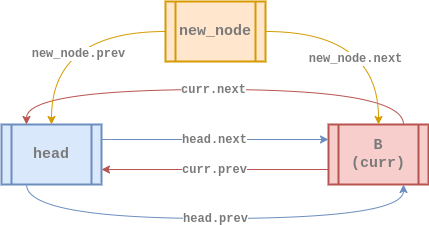
euisblue/vue-blog keeps this draw.io diagram as assets/data-structure/linked-list/cll-doubly-insert_at1.png. Above is the earlier version. Source tidied: cells renumbered, new cells last; positions are measured from the earlier drawing's top-left corner, leaving out a move shared by most shapes.
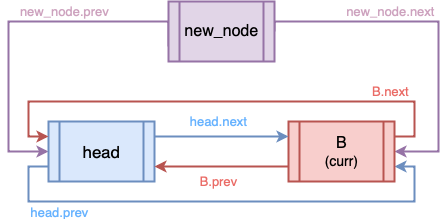
The same diagram one commit later.

Diff of the diagram source:
```diff
@@ -2,47 +2,68 @@
   <root>
     <mxCell id="0" />
     <mxCell id="1" parent="0" />
-    <mxCell id="2" value="&lt;b style=&quot;color: rgb(122 , 122 , 122) ; font-family: &amp;#34;courier new&amp;#34;&quot;&gt;&lt;font style=&quot;font-size: 12px&quot;&gt;curr.prev&lt;/font&gt;&lt;/b&gt;" style="rounded=0;jettySize=auto;html=1;exitX=0;exitY=0.75;exitDx=0;exitDy=0;entryX=1;entryY=0.75;entryDx=0;entryDy=0;strokeColor=#b85450;strokeWidth=1;fillColor=#f8cecc;" parent="1" edge="1" source="3" target="5">
-      <mxGeometry relative="1" as="geometry" />
+    <mxCell id="2" value="&lt;font color=&quot;#cda2be&quot; size=&quot;2&quot;&gt;&lt;span&gt;new_node.next&lt;/span&gt;&lt;/font&gt;" style="edgeStyle=orthogonalEdgeStyle;rounded=0;jettySize=auto;html=1;exitX=1;exitY=0.5;exitDx=0;exitDy=0;fillColor=#e1d5e7;strokeColor=#9673a6;strokeWidth=2;labelBackgroundColor=none;labelBorderColor=none;fontFamily=Helvetica;entryX=1;entryY=0.5;entryDx=0;entryDy=0;" parent="1" edge="1" source="4" target="9">
+      <mxGeometry x="-0.28" y="10" relative="1" as="geometry">
+        <Array as="points">
+          <mxPoint x="374" y="-267" />
+          <mxPoint x="374" y="-137" />
+        </Array>
+      </mxGeometry>
     </mxCell>
-    <mxCell id="3" value="&lt;b&gt;&lt;font style=&quot;font-size: 15px&quot; face=&quot;Courier New&quot; color=&quot;#7a7a7a&quot;&gt;B&lt;br&gt;(curr)&lt;br&gt;&lt;/font&gt;&lt;/b&gt;" style="shape=process;whiteSpace=wrap;html=1;backgroundOutline=1;fillColor=#f8cecc;strokeColor=#b85450;gradientDirection=east;strokeWidth=2;shadow=0;glass=0;sketch=0;" parent="1" vertex="1">
-      <mxGeometry x="327" y="123" width="100" height="60" as="geometry" />
+    <mxCell id="3" value="&lt;font color=&quot;#cda2be&quot; size=&quot;2&quot;&gt;&lt;span&gt;new_node.prev&lt;/span&gt;&lt;/font&gt;" style="edgeStyle=orthogonalEdgeStyle;rounded=0;jettySize=auto;html=1;exitX=0;exitY=0.75;exitDx=0;exitDy=0;labelBackgroundColor=none;strokeWidth=2;fontFamily=Helvetica;fontColor=#666666;align=center;fillColor=#e1d5e7;strokeColor=#9673a6;entryX=0;entryY=0.5;entryDx=0;entryDy=0;" parent="1" edge="1" source="4" target="7">
+      <mxGeometry x="-0.28" y="-10" relative="1" as="geometry">
+        <Array as="points">
+          <mxPoint x="104" y="-267" />
+          <mxPoint x="-56" y="-267" />
+          <mxPoint x="-56" y="-137" />
+        </Array>
+      </mxGeometry>
     </mxCell>
-    <mxCell id="4" value="&lt;b style=&quot;font-size: 11px ; font-style: normal ; letter-spacing: normal ; text-align: center ; text-indent: 0px ; text-transform: none ; word-spacing: 0px ; font-family: &amp;#34;courier new&amp;#34;&quot;&gt;&lt;font style=&quot;font-size: 12px&quot; color=&quot;#7a7a7a&quot;&gt;head.next&lt;/font&gt;&lt;/b&gt;" style="edgeStyle=orthogonalEdgeStyle;curved=1;rounded=0;sketch=0;jettySize=auto;html=1;exitX=1;exitY=0.25;exitDx=0;exitDy=0;entryX=0;entryY=0.25;entryDx=0;entryDy=0;strokeColor=#6c8ebf;strokeWidth=1;fillColor=#dae8fc;" parent="1" edge="1" source="5" target="3">
-      <mxGeometry x="-0.01" relative="1" as="geometry">
-        <Array as="points">
-          <mxPoint x="109" y="138" />
-          <mxPoint x="109" y="138" />
-        </Array>
-      </mxGeometry>
+    <mxCell id="4" value="&lt;font&gt;&lt;font size=&quot;3&quot;&gt;new_node&lt;/font&gt;&lt;br&gt;&lt;/font&gt;" style="shape=process;whiteSpace=wrap;html=1;backgroundOutline=1;strokeWidth=2;fillColor=#e1d5e7;strokeColor=#9673a6;fontStyle=0;fontFamily=Helvetica;fontSize=14;labelBackgroundColor=none;labelBorderColor=none;" parent="1" vertex="1">
+      <mxGeometry x="104" y="-287" width="106" height="60" as="geometry" />
     </mxCell>
-    <mxCell id="5" value="&lt;div&gt;&lt;font color=&quot;#7a7a7a&quot; face=&quot;courier new&quot; style=&quot;font-size: 15px&quot;&gt;head&lt;/font&gt;&lt;/div&gt;" style="shape=process;whiteSpace=wrap;html=1;backgroundOutline=1;fillColor=#dae8fc;strokeColor=#6c8ebf;gradientDirection=east;strokeWidth=2;shadow=0;glass=0;align=center;sketch=0;fontStyle=1;" parent="1" vertex="1">
-      <mxGeometry y="123" width="100" height="60" as="geometry" />
+    <mxCell id="5" value="&lt;span style=&quot;color: rgb(102, 178, 255); font-family: helvetica; font-size: 13px; font-style: normal; font-weight: normal; letter-spacing: normal; text-align: center; text-indent: 0px; text-transform: none; word-spacing: 0px; text-decoration: none; display: inline; float: none;&quot;&gt;B.next&lt;/span&gt;" style="edgeStyle=orthogonalEdgeStyle;rounded=0;jettySize=auto;html=1;exitX=0;exitY=0.75;exitDx=0;exitDy=0;entryX=1;entryY=0.75;entryDx=0;entryDy=0;fillColor=#dae8fc;strokeColor=#6c8ebf;strokeWidth=2;labelBackgroundColor=none;labelBorderColor=none;fontFamily=Helvetica;align=center;" parent="1" edge="1" source="7" target="9">
+      <mxGeometry x="0.49" y="34" relative="1" as="geometry">
+        <Array as="points">
+          <mxPoint x="-36" y="-122" />
+          <mxPoint x="-36" y="-87" />
+          <mxPoint x="350" y="-87" />
+          <mxPoint x="350" y="-122" />
+        </Array>
+        <mxPoint x="30" y="-19" as="offset" />
+      </mxGeometry>
     </mxCell>
-    <mxCell id="6" value="&lt;font face=&quot;Courier New&quot; color=&quot;#7a7a7a&quot; size=&quot;1&quot;&gt;&lt;b style=&quot;font-size: 12px&quot;&gt;curr.next&lt;/b&gt;&lt;/font&gt;" style="rounded=0;jettySize=auto;html=1;exitX=0.75;exitY=0;exitDx=0;exitDy=0;endArrow=classic;endFill=1;strokeColor=#b85450;strokeWidth=1;entryX=0.25;entryY=0;entryDx=0;entryDy=0;fillColor=#f8cecc;edgeStyle=orthogonalEdgeStyle;curved=1;" parent="1" edge="1" source="3" target="5">
-      <mxGeometry x="0.01" relative="1" as="geometry">
-        <Array as="points">
-          <mxPoint x="402" y="88" />
-          <mxPoint x="25" y="88" />
-        </Array>
+    <mxCell id="6" value="&lt;span style=&quot;color: rgb(102 , 178 , 255) ; font-size: 13px&quot;&gt;head.prev&lt;/span&gt;" style="edgeLabel;html=1;align=center;verticalAlign=middle;fontFamily=Helvetica;fontColor=#666666;labelBackgroundColor=none;" parent="5" vertex="1">
+      <mxGeometry x="-0.14" y="-1" relative="1" as="geometry">
+        <mxPoint x="-129" y="9" as="offset" />
       </mxGeometry>
     </mxCell>
-    <mxCell id="7" value="&lt;b style=&quot;font-size: 11px ; font-style: normal ; letter-spacing: normal ; text-align: center ; text-indent: 0px ; text-transform: none ; word-spacing: 0px ; font-family: &amp;#34;courier new&amp;#34;&quot;&gt;&lt;font style=&quot;font-size: 12px&quot; color=&quot;#7a7a7a&quot;&gt;head.prev&lt;/font&gt;&lt;/b&gt;" style="edgeStyle=orthogonalEdgeStyle;curved=1;rounded=0;sketch=0;jettySize=auto;html=1;exitX=0.25;exitY=1;exitDx=0;exitDy=0;entryX=0.75;entryY=1;entryDx=0;entryDy=0;strokeWidth=1;strokeColor=#6c8ebf;fillColor=#dae8fc;" parent="1" edge="1" source="5" target="3">
-      <mxGeometry relative="1" as="geometry">
-        <Array as="points">
-          <mxPoint x="25" y="217" />
-          <mxPoint x="402" y="217" />
-        </Array>
-      </mxGeometry>
+    <mxCell id="7" value="&lt;font&gt;&lt;span style=&quot;font-size: 17px&quot;&gt;head&lt;/span&gt;&lt;br&gt;&lt;/font&gt;" style="shape=process;whiteSpace=wrap;html=1;backgroundOutline=1;strokeWidth=2;fillColor=#dae8fc;strokeColor=#6c8ebf;fontStyle=0;fontFamily=Helvetica;fontSize=14;labelBackgroundColor=none;labelBorderColor=none;" parent="1" vertex="1">
+      <mxGeometry x="-16" y="-167" width="106" height="60" as="geometry" />
     </mxCell>
-    <mxCell id="8" value="&lt;font color=&quot;#7a7a7a&quot; face=&quot;courier new&quot;&gt;&lt;span style=&quot;font-size: 12px&quot;&gt;&lt;b&gt;new_node.prev&lt;/b&gt;&lt;/span&gt;&lt;/font&gt;" style="edgeStyle=orthogonalEdgeStyle;curved=1;rounded=0;sketch=0;jettySize=auto;html=1;exitX=0;exitY=0.5;exitDx=0;exitDy=0;entryX=0.5;entryY=0;entryDx=0;entryDy=0;strokeColor=#d79b00;strokeWidth=1;fillColor=#ffe6cc;" parent="1" edge="1" source="10" target="5">
-      <mxGeometry x="-0.16" y="22" relative="1" as="geometry" />
+    <mxCell id="8" value="&lt;span style=&quot;color: rgb(234 , 107 , 102)&quot;&gt;&lt;font style=&quot;font-size: 13px&quot;&gt;B.prev&lt;/font&gt;&lt;/span&gt;" style="edgeStyle=orthogonalEdgeStyle;rounded=0;jettySize=auto;html=1;exitX=0;exitY=0.75;exitDx=0;exitDy=0;entryX=1;entryY=0.75;entryDx=0;entryDy=0;labelBackgroundColor=none;strokeWidth=2;fontFamily=Helvetica;fontColor=#666666;align=center;fillColor=#f8cecc;strokeColor=#b85450;" parent="1" edge="1" source="9" target="7">
+      <mxGeometry x="0.04" y="15" relative="1" as="geometry" />
     </mxCell>
-    <mxCell id="9" value="&lt;b style=&quot;color: rgb(122 , 122 , 122) ; font-family: &amp;#34;courier new&amp;#34; ; font-style: normal ; letter-spacing: normal ; text-align: center ; text-indent: 0px ; text-transform: none ; word-spacing: 0px ; background-color: rgb(255 , 255 , 255) ; font-size: 12px&quot;&gt;new_node.next&lt;/b&gt;" style="edgeStyle=orthogonalEdgeStyle;curved=1;rounded=0;sketch=0;jettySize=auto;html=1;exitX=1;exitY=0.5;exitDx=0;exitDy=0;entryX=0.5;entryY=0;entryDx=0;entryDy=0;strokeColor=#d79b00;strokeWidth=1;fillColor=#ffe6cc;" parent="1" edge="1" source="10" target="3">
-      <mxGeometry x="-0.12" y="-27" relative="1" as="geometry" />
+    <mxCell id="9" value="&lt;font&gt;&lt;font style=&quot;font-size: 16px&quot;&gt;B&lt;br&gt;&lt;/font&gt;(curr)&lt;br&gt;&lt;/font&gt;" style="shape=process;whiteSpace=wrap;html=1;backgroundOutline=1;strokeWidth=2;fillColor=#f8cecc;strokeColor=#b85450;fontStyle=0;fontFamily=Helvetica;fontSize=14;labelBackgroundColor=none;labelBorderColor=none;" parent="1" vertex="1">
+      <mxGeometry x="224" y="-167" width="106" height="60" as="geometry" />
     </mxCell>
-    <mxCell id="10" value="&lt;div&gt;&lt;font color=&quot;#7a7a7a&quot; face=&quot;courier new&quot; size=&quot;1&quot;&gt;&lt;b style=&quot;font-size: 15px&quot;&gt;new_node&lt;/b&gt;&lt;/font&gt;&lt;/div&gt;" style="shape=process;whiteSpace=wrap;html=1;backgroundOutline=1;fillColor=#ffe6cc;strokeColor=#d79b00;gradientDirection=east;strokeWidth=2;shadow=0;glass=0;align=center;sketch=0;" parent="1" vertex="1">
-      <mxGeometry x="164" width="100" height="60" as="geometry" />
+    <mxCell id="10" value="&lt;span style=&quot;color: rgb(102 , 178 , 255) ; font-size: 13px&quot;&gt;head.next&lt;/span&gt;" style="edgeStyle=orthogonalEdgeStyle;rounded=0;jettySize=auto;html=1;exitX=1;exitY=0.25;exitDx=0;exitDy=0;entryX=0;entryY=0.25;entryDx=0;entryDy=0;labelBackgroundColor=none;strokeWidth=2;fontFamily=Helvetica;fontColor=#666666;align=center;fillColor=#dae8fc;strokeColor=#6c8ebf;" parent="1" edge="1" source="7" target="9">
+      <mxGeometry x="-0.04" y="15" relative="1" as="geometry">
+        <Array as="points">
+          <mxPoint x="144" y="-152" />
+          <mxPoint x="144" y="-152" />
+        </Array>
+      </mxGeometry>
     </mxCell>
+    <mxCell id="11" value="&lt;span style=&quot;color: rgb(234 , 107 , 102) ; font-size: 13px&quot;&gt;B.next&lt;/span&gt;" style="edgeStyle=orthogonalEdgeStyle;rounded=0;jettySize=auto;html=1;exitX=1;exitY=0.25;exitDx=0;exitDy=0;labelBackgroundColor=none;strokeWidth=2;fontFamily=Helvetica;fontColor=#666666;align=center;fillColor=#f8cecc;strokeColor=#b85450;entryX=0;entryY=0.25;entryDx=0;entryDy=0;" parent="1" edge="1" source="9" target="7">
+      <mxGeometry x="-0.68" y="-10" relative="1" as="geometry">
+        <Array as="points">
+          <mxPoint x="350" y="-152" />
+          <mxPoint x="350" y="-187" />
+          <mxPoint x="-36" y="-187" />
+          <mxPoint x="-36" y="-152" />
+        </Array>
+      </mxGeometry>
+    </mxCell>
   </root>
 </mxGraphModel>
```
